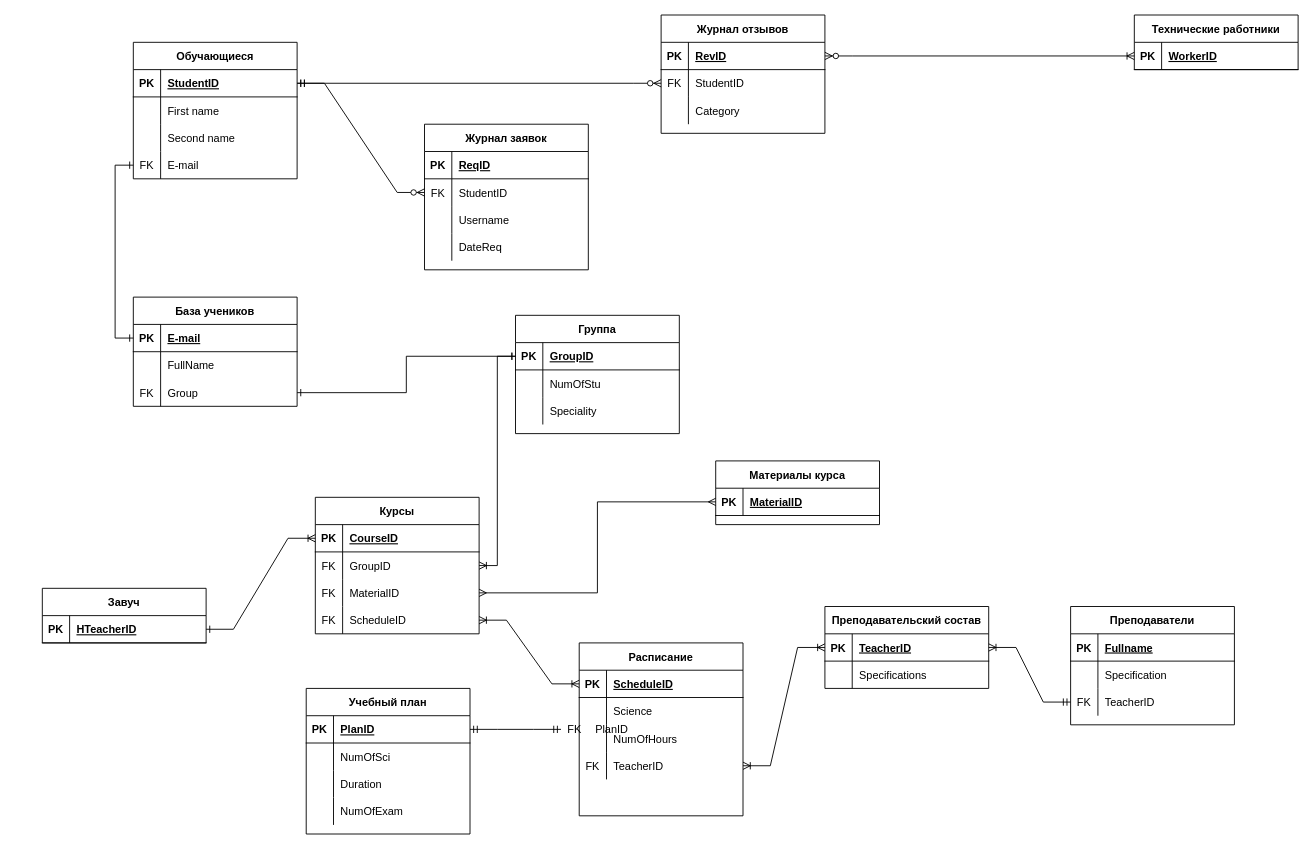
This is ER.drawio from JKtheeone/Online-School, a draw.io file, before an edit. Source tidied: cells renumbered, new cells numbered last; positions are measured from the earlier drawing's top-left corner, leaving out a move shared by most shapes. Both pictures are drawn from the tidied source at 91%, with x=0, y=0 at pixel (42, 15).
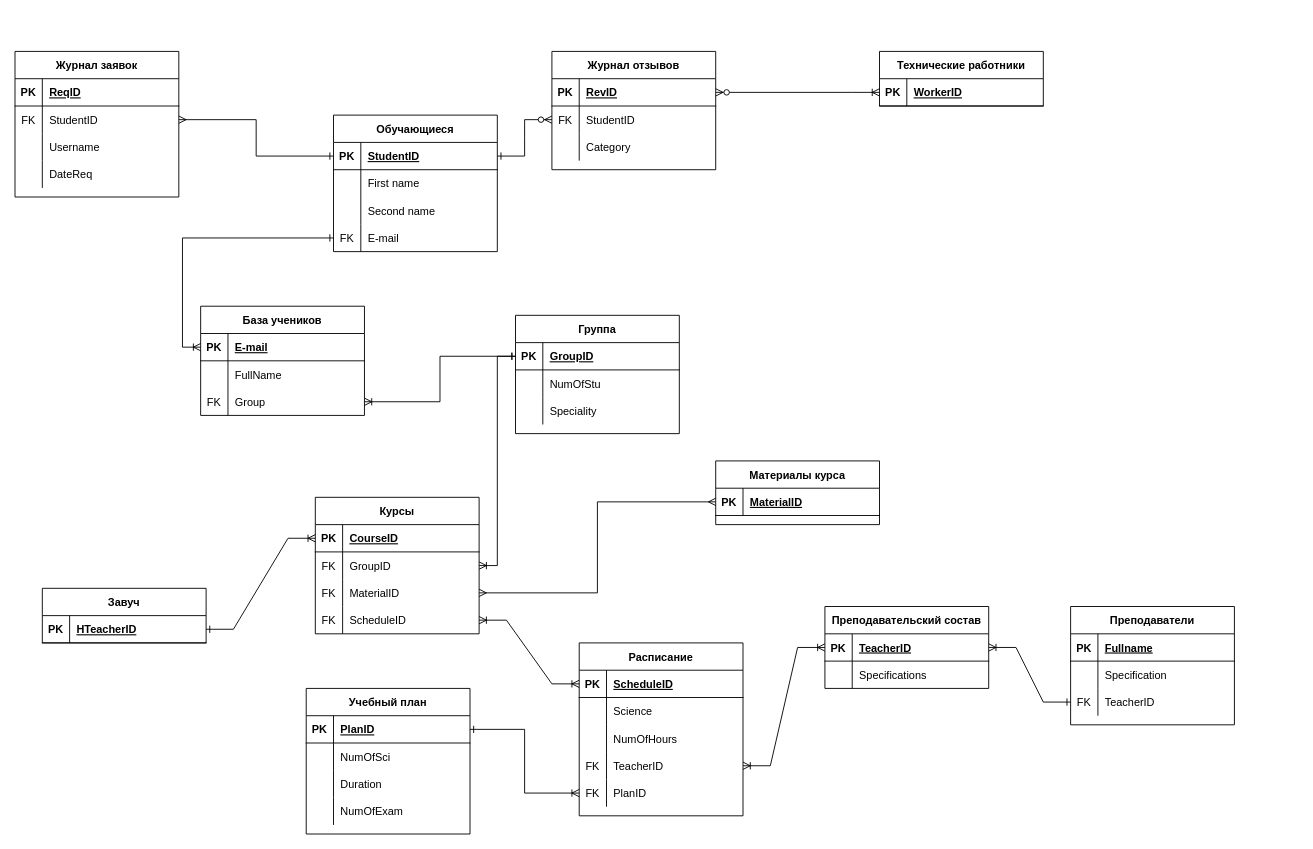
After the change.

Unchanged cells that the change refers to:
```xml
<mxCell id="3" style="shape=partialRectangle;fillColor=none;top=0;left=0;bottom=1;right=0;points=[[0,0.5],[1,0.5]];portConstraint=eastwest;" parent="2" vertex="1">
  <mxGeometry y="30" width="180" height="30" as="geometry" />
</mxCell>
<mxCell id="12" style="shape=partialRectangle;fillColor=none;top=0;left=0;bottom=0;right=0;points=[[0,0.5],[1,0.5]];portConstraint=eastwest;" parent="2" vertex="1">
  <mxGeometry y="120" width="180" height="30" as="geometry" />
</mxCell>
<mxCell id="19" style="shape=partialRectangle;fillColor=none;top=0;left=0;bottom=0;right=0;points=[[0,0.5],[1,0.5]];portConstraint=eastwest;" parent="15" vertex="1">
  <mxGeometry y="60" width="180" height="30" as="geometry" />
</mxCell>
<mxCell id="29" style="shape=partialRectangle;fillColor=none;top=0;left=0;bottom=0;right=0;points=[[0,0.5],[1,0.5]];portConstraint=eastwest;" parent="25" vertex="1">
  <mxGeometry y="60" width="180" height="30" as="geometry" />
</mxCell>
<mxCell id="47" style="shape=partialRectangle;fillColor=none;top=0;left=0;bottom=1;right=0;points=[[0,0.5],[1,0.5]];portConstraint=eastwest;" parent="46" vertex="1">
  <mxGeometry y="30" width="180" height="30" as="geometry" />
</mxCell>
<mxCell id="59" value="Расписание" style="shape=table;startSize=30;childLayout=tableLayout;rowLines=0;fontStyle=1;align=center;" parent="1" vertex="1">
  <mxGeometry x="590" y="690" width="180" height="190" as="geometry" />
</mxCell>
<mxCell id="86" style="shape=partialRectangle;fillColor=none;top=0;left=0;bottom=1;right=0;points=[[0,0.5],[1,0.5]];portConstraint=eastwest;" parent="85" vertex="1">
  <mxGeometry y="30" width="180" height="30" as="geometry" />
</mxCell>
<mxCell id="99" style="shape=partialRectangle;fillColor=none;top=0;left=0;bottom=0;right=0;points=[[0,0.5],[1,0.5]];portConstraint=eastwest;" parent="92" vertex="1">
  <mxGeometry y="90" width="180" height="30" as="geometry" />
</mxCell>
<mxCell id="114" style="shape=partialRectangle;fillColor=none;top=0;left=0;bottom=1;right=0;points=[[0,0.5],[1,0.5]];portConstraint=eastwest;fontColor=default;strokeColor=default;" parent="113" vertex="1">
  <mxGeometry y="30" width="180" height="30" as="geometry" />
</mxCell>
<mxCell id="128" style="shape=partialRectangle;fillColor=none;top=0;left=0;bottom=1;right=0;points=[[0,0.5],[1,0.5]];portConstraint=eastwest;fontColor=default;strokeColor=default;" parent="127" vertex="1">
  <mxGeometry y="30" width="180" height="30" as="geometry" />
</mxCell>
<mxCell id="134" style="shape=partialRectangle;fillColor=none;top=0;left=0;bottom=0;right=0;points=[[0,0.5],[1,0.5]];portConstraint=eastwest;fontColor=default;strokeColor=default;" parent="127" vertex="1">
  <mxGeometry y="90" width="180" height="30" as="geometry" />
</mxCell>
```

Diff of the diagram source:
```diff
@@
     <mxCell id="2" value="Обучающиеся" style="shape=table;startSize=30;childLayout=tableLayout;rowLines=0;fontStyle=1;align=center;fillColor=default;strokeColor=default;fontColor=default;" parent="1" vertex="1">
-      <mxGeometry x="100" y="30" width="180" height="150" as="geometry" />
+      <mxGeometry x="320" y="110" width="180" height="150" as="geometry" />
     </mxCell>
@@
     <mxCell id="15" value="Журнал отзывов" style="shape=table;startSize=30;childLayout=tableLayout;rowLines=0;fontStyle=1;align=center;fillColor=default;strokeColor=default;fontColor=default;" parent="1" vertex="1">
-      <mxGeometry x="680" width="180" height="130" as="geometry" />
+      <mxGeometry x="560" y="40" width="180" height="130" as="geometry" />
     </mxCell>
@@
     <mxCell id="25" value="Журнал заявок" style="shape=table;startSize=30;childLayout=tableLayout;rowLines=0;fontStyle=1;align=center;fillColor=default;strokeColor=default;fontColor=default;" parent="1" vertex="1">
-      <mxGeometry x="420" y="120" width="180" height="160" as="geometry" />
+      <mxGeometry x="-30" y="40" width="180" height="160" as="geometry" />
     </mxCell>
@@
     <mxCell id="38" value="Технические работники" style="shape=table;startSize=30;childLayout=tableLayout;rowLines=0;fontStyle=1;align=center;fillColor=default;strokeColor=default;fontColor=default;" parent="1" vertex="1">
-      <mxGeometry x="1200" width="180" height="60" as="geometry" />
+      <mxGeometry x="920" y="40" width="180" height="60" as="geometry" />
     </mxCell>
@@
+    <mxCell id="141" style="shape=partialRectangle;fillColor=none;top=0;left=0;bottom=0;right=0;points=[[0,0.5],[1,0.5]];portConstraint=eastwest;" parent="59" vertex="1">
+      <mxGeometry y="150" width="180" height="30" as="geometry" />
+    </mxCell>
+    <mxCell id="103" value="FK" style="shape=partialRectangle;fillColor=none;top=0;left=0;bottom=0;right=0;overflow=hidden;" parent="141" vertex="1">
+      <mxGeometry width="30" height="30" as="geometry" />
+    </mxCell>
+    <mxCell id="104" value="PlanID" style="shape=partialRectangle;fillColor=none;top=0;left=0;bottom=0;right=0;align=left;spacingLeft=6;overflow=hidden;" parent="141" vertex="1">
+      <mxGeometry x="30" width="150" height="30" as="geometry" />
+    </mxCell>
@@
-    <mxCell id="102" style="shape=partialRectangle;fillColor=none;top=0;left=0;bottom=0;right=0;points=[[0,0.5],[1,0.5]];portConstraint=eastwest;" parent="1" vertex="1">
-      <mxGeometry x="570" y="770" width="180" height="30" as="geometry" />
-    </mxCell>
-    <mxCell id="103" value="FK" style="shape=partialRectangle;fillColor=none;top=0;left=0;bottom=0;right=0;overflow=hidden;" parent="102" vertex="1">
-      <mxGeometry width="30" height="30" as="geometry" />
-    </mxCell>
-    <mxCell id="104" value="PlanID" style="shape=partialRectangle;fillColor=none;top=0;left=0;bottom=0;right=0;align=left;spacingLeft=6;overflow=hidden;" parent="102" vertex="1">
-      <mxGeometry x="30" width="150" height="30" as="geometry" />
-    </mxCell>
-    <mxCell id="105" style="edgeStyle=entityRelationEdgeStyle;fontSize=12;html=1;endArrow=ERzeroToMany;startArrow=ERmandOne;rounded=0;exitX=1;exitY=0.5;exitDx=0;exitDy=0;entryX=0;entryY=0.5;entryDx=0;entryDy=0;" parent="1" edge="1" source="3" target="29">
-      <mxGeometry relative="1" as="geometry" />
-    </mxCell>
-    <mxCell id="106" style="edgeStyle=entityRelationEdgeStyle;fontSize=12;html=1;endArrow=ERzeroToMany;startArrow=ERmandOne;rounded=0;exitX=1;exitY=0.5;exitDx=0;exitDy=0;entryX=0;entryY=0.5;entryDx=0;entryDy=0;" parent="1" edge="1" source="3" target="19">
+    <mxCell id="106" style="edgeStyle=entityRelationEdgeStyle;fontSize=12;html=1;endArrow=ERzeroToMany;startArrow=ERone;rounded=0;exitX=1;exitY=0.5;exitDx=0;exitDy=0;entryX=0;entryY=0.5;entryDx=0;entryDy=0;startFill=0;" parent="1" edge="1" source="3" target="19">
       <mxGeometry relative="1" as="geometry" />
     </mxCell>
@@
-    <mxCell id="108" style="edgeStyle=entityRelationEdgeStyle;fontSize=12;html=1;endArrow=ERmandOne;startArrow=ERmandOne;rounded=0;entryX=0;entryY=0.5;entryDx=0;entryDy=0;exitX=1;exitY=0.5;exitDx=0;exitDy=0;" parent="1" edge="1" source="47" target="102">
-      <mxGeometry relative="1" as="geometry" />
-    </mxCell>
-    <mxCell id="109" style="edgeStyle=entityRelationEdgeStyle;fontSize=12;html=1;endArrow=ERoneToMany;startArrow=ERmandOne;rounded=0;exitX=0;exitY=0.5;exitDx=0;exitDy=0;entryX=1;entryY=0.5;entryDx=0;entryDy=0;" parent="1" edge="1" source="99" target="86">
+    <mxCell id="109" style="edgeStyle=entityRelationEdgeStyle;fontSize=12;html=1;endArrow=ERoneToMany;startArrow=ERone;rounded=0;exitX=0;exitY=0.5;exitDx=0;exitDy=0;entryX=1;entryY=0.5;entryDx=0;entryDy=0;startFill=0;" parent="1" edge="1" source="99" target="86">
       <mxGeometry relative="1" as="geometry" />
     </mxCell>
@@
     <mxCell id="127" value="База учеников" style="shape=table;startSize=30;childLayout=tableLayout;rowLines=0;fontStyle=1;align=center;fontColor=default;strokeColor=default;fillColor=default;" parent="1" vertex="1">
-      <mxGeometry x="100" y="310" width="180" height="120" as="geometry" />
+      <mxGeometry x="174" y="320" width="180" height="120" as="geometry" />
     </mxCell>
@@
-    <mxCell id="138" style="edgeStyle=orthogonalEdgeStyle;rounded=0;jettySize=auto;html=1;exitX=0;exitY=0.5;exitDx=0;exitDy=0;entryX=0;entryY=0.5;entryDx=0;entryDy=0;startArrow=ERone;startFill=0;endArrow=ERone;endFill=0;" parent="1" edge="1" source="12" target="128">
-      <mxGeometry relative="1" as="geometry" />
+    <mxCell id="138" style="edgeStyle=orthogonalEdgeStyle;rounded=0;jettySize=auto;html=1;exitX=0;exitY=0.5;exitDx=0;exitDy=0;entryX=0;entryY=0.5;entryDx=0;entryDy=0;startArrow=ERone;startFill=0;endArrow=ERoneToMany;endFill=0;" parent="1" edge="1" source="12" target="128">
+      <mxGeometry relative="1" as="geometry">
+        <Array as="points">
+          <mxPoint x="154" y="245" />
+          <mxPoint x="154" y="365" />
+        </Array>
+      </mxGeometry>
     </mxCell>
@@
-    <mxCell id="140" style="edgeStyle=orthogonalEdgeStyle;rounded=0;jettySize=auto;html=1;exitX=0;exitY=0.5;exitDx=0;exitDy=0;entryX=1;entryY=0.5;entryDx=0;entryDy=0;startArrow=ERone;startFill=0;endArrow=ERone;endFill=0;" parent="1" edge="1" source="114" target="134">
+    <mxCell id="140" style="edgeStyle=orthogonalEdgeStyle;rounded=0;jettySize=auto;html=1;exitX=0;exitY=0.5;exitDx=0;exitDy=0;entryX=1;entryY=0.5;entryDx=0;entryDy=0;startArrow=ERone;startFill=0;endArrow=ERoneToMany;endFill=0;" parent="1" edge="1" source="114" target="134">
       <mxGeometry relative="1" as="geometry" />
     </mxCell>
+    <mxCell id="142" style="edgeStyle=orthogonalEdgeStyle;rounded=0;jettySize=auto;html=1;exitX=1;exitY=0.5;exitDx=0;exitDy=0;entryX=0;entryY=0.5;entryDx=0;entryDy=0;startArrow=ERmany;startFill=0;endArrow=ERone;endFill=0;" parent="1" edge="1" source="29" target="3">
+      <mxGeometry relative="1" as="geometry" />
+    </mxCell>
+    <mxCell id="143" style="edgeStyle=orthogonalEdgeStyle;rounded=0;jettySize=auto;html=1;exitX=1;exitY=0.5;exitDx=0;exitDy=0;entryX=0;entryY=0.5;entryDx=0;entryDy=0;startArrow=ERone;startFill=0;endArrow=ERoneToMany;endFill=0;" parent="1" edge="1" source="47" target="141">
+      <mxGeometry relative="1" as="geometry" />
+    </mxCell>
```
